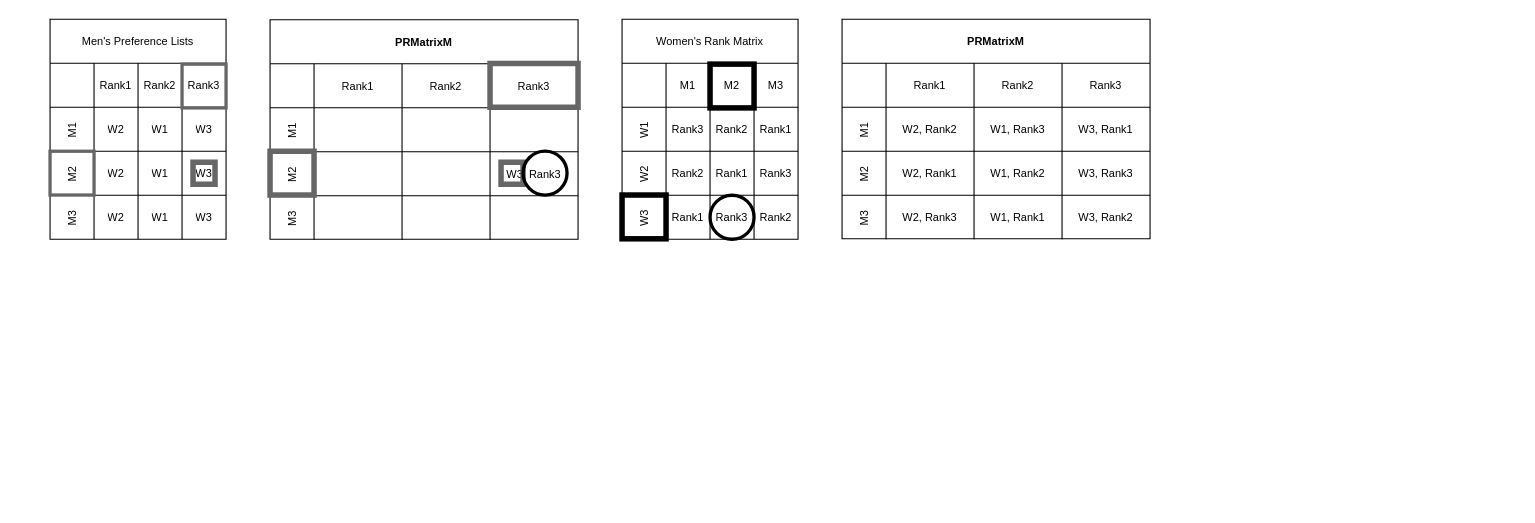
This is PRMatrix.drawio from victorliu-sq/BambooSMP-Figures, a draw.io file, before an edit. Source tidied: cells renumbered, new cells numbered last; positions are measured from the earlier drawing's top-left corner, leaving out a move shared by most shapes. Both pictures are drawn from the tidied source at 110%, with x=0, y=0 at pixel (50, 19).
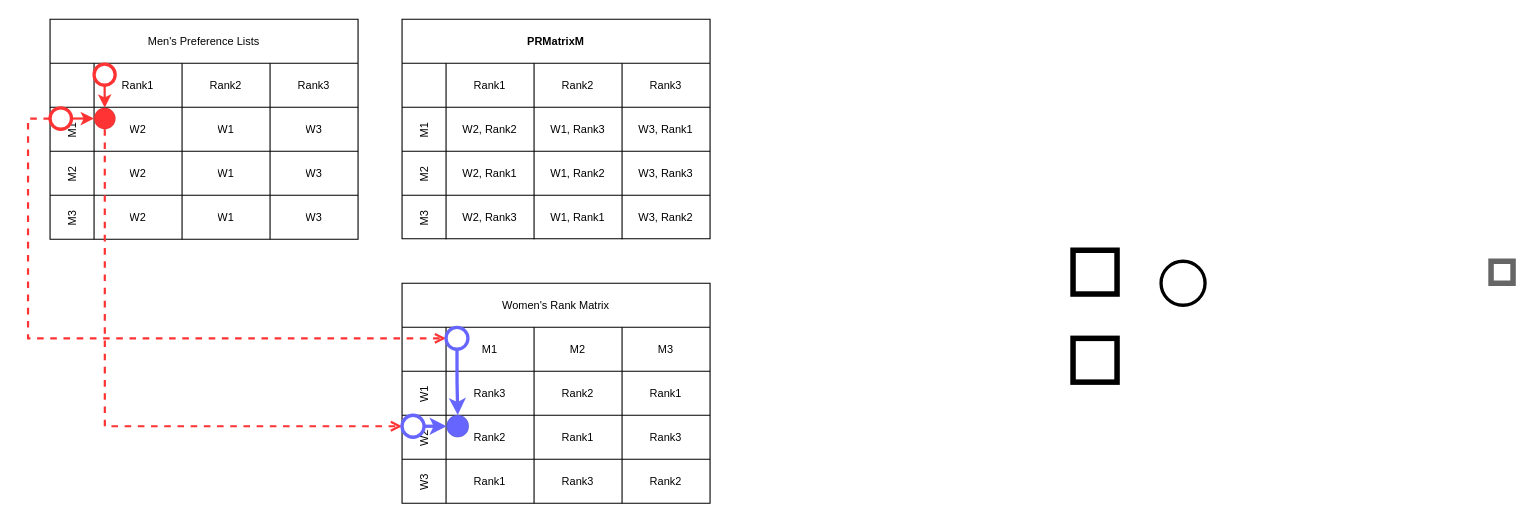
The same page after the edit.

The edit, as a diff of the source:
```diff
@@
     <mxCell id="2" value="Men's Preference Lists" style="shape=table;startSize=40;childLayout=tableLayout;resizeLastRow=0;fontStyle=0;fontSize=10;" parent="1" vertex="1">
-      <mxGeometry width="160" height="200" as="geometry" />
+      <mxGeometry width="280" height="200" as="geometry" />
     </mxCell>
     <mxCell id="3" style="shape=tableRow;horizontal=0;startSize=40;swimlaneHead=0;swimlaneBody=0;strokeColor=inherit;top=0;left=0;bottom=0;right=0;fillColor=none;fontSize=10;" parent="2" vertex="1">
-      <mxGeometry y="40" width="160" height="40" as="geometry" />
+      <mxGeometry y="40" width="280" height="40" as="geometry" />
     </mxCell>
     <mxCell id="4" value="Rank1" style="shape=partialRectangle;html=1;whiteSpace=wrap;strokeColor=inherit;overflow=hidden;fillColor=none;top=0;left=0;bottom=0;right=0;fontSize=10;" parent="3" vertex="1">
-      <mxGeometry x="40" width="40" height="40" as="geometry" />
+      <mxGeometry x="40" width="80" height="40" as="geometry" />
     </mxCell>
     <mxCell id="5" value="Rank2" style="shape=partialRectangle;html=1;whiteSpace=wrap;strokeColor=inherit;overflow=hidden;fillColor=none;top=0;left=0;bottom=0;right=0;fontSize=10;" parent="3" vertex="1">
-      <mxGeometry x="80" width="40" height="40" as="geometry" />
+      <mxGeometry x="120" width="80" height="40" as="geometry" />
     </mxCell>
     <mxCell id="6" value="Rank3" style="shape=partialRectangle;html=1;whiteSpace=wrap;strokeColor=inherit;overflow=hidden;fillColor=none;top=0;left=0;bottom=0;right=0;strokeWidth=1;fontSize=10;" parent="3" vertex="1">
-      <mxGeometry x="120" width="40" height="40" as="geometry" />
+      <mxGeometry x="200" width="80" height="40" as="geometry" />
     </mxCell>
     <mxCell id="7" value="M1" style="shape=tableRow;horizontal=0;startSize=40;swimlaneHead=0;swimlaneBody=0;strokeColor=inherit;top=0;left=0;bottom=0;right=0;fillColor=none;fontSize=10;" parent="2" vertex="1">
-      <mxGeometry y="80" width="160" height="40" as="geometry" />
+      <mxGeometry y="80" width="280" height="40" as="geometry" />
     </mxCell>
     <mxCell id="8" value="W2" style="shape=partialRectangle;html=1;whiteSpace=wrap;overflow=hidden;top=0;left=0;bottom=0;right=0;strokeColor=default;fillColor=none;fontSize=10;" parent="7" vertex="1">
-      <mxGeometry x="40" width="40" height="40" as="geometry" />
+      <mxGeometry x="40" width="80" height="40" as="geometry" />
     </mxCell>
     <mxCell id="9" value="W1" style="shape=partialRectangle;html=1;whiteSpace=wrap;overflow=hidden;top=0;left=0;bottom=0;right=0;fillColor=none;labelBackgroundColor=none;labelBorderColor=none;strokeColor=default;shadow=0;backgroundOutline=0;fontSize=10;" parent="7" vertex="1">
-      <mxGeometry x="80" width="40" height="40" as="geometry" />
+      <mxGeometry x="120" width="80" height="40" as="geometry" />
     </mxCell>
     <mxCell id="10" value="W3" style="shape=partialRectangle;html=1;whiteSpace=wrap;overflow=hidden;top=0;left=0;bottom=0;right=0;fillColor=none;fontSize=10;" parent="7" vertex="1">
-      <mxGeometry x="120" width="40" height="40" as="geometry" />
+      <mxGeometry x="200" width="80" height="40" as="geometry" />
     </mxCell>
     <mxCell id="11" value="M2" style="shape=tableRow;horizontal=0;startSize=40;swimlaneHead=0;swimlaneBody=0;strokeColor=inherit;top=0;left=0;bottom=0;right=0;fillColor=none;fontSize=10;" parent="2" vertex="1">
-      <mxGeometry y="120" width="160" height="40" as="geometry" />
+      <mxGeometry y="120" width="280" height="40" as="geometry" />
     </mxCell>
     <mxCell id="12" value="W2" style="shape=partialRectangle;html=1;whiteSpace=wrap;overflow=hidden;top=0;left=0;bottom=0;right=0;strokeOpacity=100;fillColor=none;fontSize=10;" parent="11" vertex="1">
-      <mxGeometry x="40" width="40" height="40" as="geometry" />
+      <mxGeometry x="40" width="80" height="40" as="geometry" />
     </mxCell>
     <mxCell id="13" value="W1" style="shape=partialRectangle;html=1;whiteSpace=wrap;strokeColor=inherit;overflow=hidden;fillColor=none;top=0;left=0;bottom=0;right=0;fontSize=10;" parent="11" vertex="1">
-      <mxGeometry x="80" width="40" height="40" as="geometry" />
+      <mxGeometry x="120" width="80" height="40" as="geometry" />
     </mxCell>
     <mxCell id="14" value="W3" style="shape=partialRectangle;html=1;whiteSpace=wrap;strokeColor=inherit;overflow=hidden;fillColor=none;top=0;left=0;bottom=0;right=0;fontSize=10;" parent="11" vertex="1">
-      <mxGeometry x="120" width="40" height="40" as="geometry" />
+      <mxGeometry x="200" width="80" height="40" as="geometry" />
     </mxCell>
     <mxCell id="15" value="M3" style="shape=tableRow;horizontal=0;startSize=40;swimlaneHead=0;swimlaneBody=0;strokeColor=inherit;top=0;left=0;bottom=0;right=0;fillColor=none;fontSize=10;" parent="2" vertex="1">
-      <mxGeometry y="160" width="160" height="40" as="geometry" />
+      <mxGeometry y="160" width="280" height="40" as="geometry" />
     </mxCell>
     <mxCell id="16" value="W2" style="shape=partialRectangle;html=1;whiteSpace=wrap;overflow=hidden;top=0;left=0;bottom=0;right=0;fillColor=none;fontSize=10;" parent="15" vertex="1">
-      <mxGeometry x="40" width="40" height="40" as="geometry" />
+      <mxGeometry x="40" width="80" height="40" as="geometry" />
     </mxCell>
     <mxCell id="17" value="W1" style="shape=partialRectangle;html=1;whiteSpace=wrap;overflow=hidden;top=0;left=0;bottom=0;right=0;fillColor=none;fontSize=10;" parent="15" vertex="1">
-      <mxGeometry x="80" width="40" height="40" as="geometry" />
+      <mxGeometry x="120" width="80" height="40" as="geometry" />
     </mxCell>
     <mxCell id="18" value="W3" style="shape=partialRectangle;html=1;whiteSpace=wrap;strokeColor=inherit;overflow=hidden;fillColor=none;top=0;left=0;bottom=0;right=0;fontSize=10;" parent="15" vertex="1">
-      <mxGeometry x="120" width="40" height="40" as="geometry" />
+      <mxGeometry x="200" width="80" height="40" as="geometry" />
     </mxCell>
     <mxCell id="19" value="Women's Rank Matrix" style="shape=table;startSize=40;childLayout=tableLayout;resizeLastRow=0;fontStyle=0;fontSize=10;" parent="1" vertex="1">
-      <mxGeometry x="520" width="160" height="200" as="geometry" />
+      <mxGeometry x="320" y="240" width="280" height="200" as="geometry" />
     </mxCell>
     <mxCell id="20" style="shape=tableRow;horizontal=0;startSize=40;swimlaneHead=0;swimlaneBody=0;strokeColor=inherit;top=0;left=0;bottom=0;right=0;fillColor=none;fontSize=10;" parent="19" vertex="1">
-      <mxGeometry y="40" width="160" height="40" as="geometry" />
+      <mxGeometry y="40" width="280" height="40" as="geometry" />
     </mxCell>
     <mxCell id="21" value="M1" style="shape=partialRectangle;html=1;whiteSpace=wrap;strokeColor=inherit;overflow=hidden;fillColor=none;top=0;left=0;bottom=0;right=0;fontSize=10;" parent="20" vertex="1">
-      <mxGeometry x="40" width="40" height="40" as="geometry" />
+      <mxGeometry x="40" width="80" height="40" as="geometry" />
     </mxCell>
     <mxCell id="22" value="M2" style="shape=partialRectangle;html=1;whiteSpace=wrap;strokeColor=inherit;overflow=hidden;fillColor=none;top=0;left=0;bottom=0;right=0;fontSize=10;" parent="20" vertex="1">
-      <mxGeometry x="80" width="40" height="40" as="geometry" />
+      <mxGeometry x="120" width="80" height="40" as="geometry" />
     </mxCell>
     <mxCell id="23" value="M3" style="shape=partialRectangle;html=1;whiteSpace=wrap;strokeColor=inherit;overflow=hidden;fillColor=none;top=0;left=0;bottom=0;right=0;strokeWidth=1;fontSize=10;" parent="20" vertex="1">
-      <mxGeometry x="120" width="40" height="40" as="geometry" />
+      <mxGeometry x="200" width="80" height="40" as="geometry" />
     </mxCell>
     <mxCell id="24" value="W1" style="shape=tableRow;horizontal=0;startSize=40;swimlaneHead=0;swimlaneBody=0;strokeColor=inherit;top=0;left=0;bottom=0;right=0;fillColor=none;fontSize=10;" parent="19" vertex="1">
-      <mxGeometry y="80" width="160" height="40" as="geometry" />
+      <mxGeometry y="80" width="280" height="40" as="geometry" />
     </mxCell>
     <mxCell id="25" value="Rank3" style="shape=partialRectangle;html=1;whiteSpace=wrap;strokeColor=inherit;overflow=hidden;fillColor=none;top=0;left=0;bottom=0;right=0;fontSize=10;" parent="24" vertex="1">
-      <mxGeometry x="40" width="40" height="40" as="geometry" />
+      <mxGeometry x="40" width="80" height="40" as="geometry" />
     </mxCell>
     <mxCell id="26" value="Rank2" style="shape=partialRectangle;html=1;whiteSpace=wrap;strokeColor=inherit;overflow=hidden;fillColor=none;top=0;left=0;bottom=0;right=0;fontSize=10;" parent="24" vertex="1">
-      <mxGeometry x="80" width="40" height="40" as="geometry" />
+      <mxGeometry x="120" width="80" height="40" as="geometry" />
     </mxCell>
     <mxCell id="27" value="Rank1" style="shape=partialRectangle;html=1;whiteSpace=wrap;strokeColor=inherit;overflow=hidden;fillColor=none;top=0;left=0;bottom=0;right=0;fontSize=10;" parent="24" vertex="1">
-      <mxGeometry x="120" width="40" height="40" as="geometry" />
+      <mxGeometry x="200" width="80" height="40" as="geometry" />
     </mxCell>
     <mxCell id="28" value="W2" style="shape=tableRow;horizontal=0;startSize=40;swimlaneHead=0;swimlaneBody=0;strokeColor=inherit;top=0;left=0;bottom=0;right=0;fillColor=none;fontSize=10;" parent="19" vertex="1">
-      <mxGeometry y="120" width="160" height="40" as="geometry" />
+      <mxGeometry y="120" width="280" height="40" as="geometry" />
     </mxCell>
     <mxCell id="29" value="Rank2" style="shape=partialRectangle;html=1;whiteSpace=wrap;strokeColor=inherit;overflow=hidden;fillColor=none;top=0;left=0;bottom=0;right=0;fontSize=10;" parent="28" vertex="1">
-      <mxGeometry x="40" width="40" height="40" as="geometry" />
+      <mxGeometry x="40" width="80" height="40" as="geometry" />
     </mxCell>
     <mxCell id="30" value="Rank1" style="shape=partialRectangle;html=1;whiteSpace=wrap;strokeColor=inherit;overflow=hidden;fillColor=none;top=0;left=0;bottom=0;right=0;fontSize=10;" parent="28" vertex="1">
-      <mxGeometry x="80" width="40" height="40" as="geometry" />
+      <mxGeometry x="120" width="80" height="40" as="geometry" />
     </mxCell>
     <mxCell id="31" value="Rank3" style="shape=partialRectangle;html=1;whiteSpace=wrap;strokeColor=inherit;overflow=hidden;fillColor=none;top=0;left=0;bottom=0;right=0;fontSize=10;" parent="28" vertex="1">
-      <mxGeometry x="120" width="40" height="40" as="geometry" />
+      <mxGeometry x="200" width="80" height="40" as="geometry" />
     </mxCell>
     <mxCell id="32" value="W3" style="shape=tableRow;horizontal=0;startSize=40;swimlaneHead=0;swimlaneBody=0;strokeColor=inherit;top=0;left=0;bottom=0;right=0;fillColor=none;fontSize=10;" parent="19" vertex="1">
-      <mxGeometry y="160" width="160" height="40" as="geometry" />
+      <mxGeometry y="160" width="280" height="40" as="geometry" />
     </mxCell>
     <mxCell id="33" value="Rank1" style="shape=partialRectangle;html=1;whiteSpace=wrap;strokeColor=inherit;overflow=hidden;fillColor=none;top=0;left=0;bottom=0;right=0;fontSize=10;" parent="32" vertex="1">
-      <mxGeometry x="40" width="40" height="40" as="geometry" />
+      <mxGeometry x="40" width="80" height="40" as="geometry" />
     </mxCell>
     <mxCell id="34" value="Rank3" style="shape=partialRectangle;html=1;whiteSpace=wrap;strokeColor=inherit;overflow=hidden;fillColor=none;top=0;left=0;bottom=0;right=0;fontSize=10;" parent="32" vertex="1">
-      <mxGeometry x="80" width="40" height="40" as="geometry" />
+      <mxGeometry x="120" width="80" height="40" as="geometry" />
     </mxCell>
     <mxCell id="35" value="Rank2" style="shape=partialRectangle;html=1;whiteSpace=wrap;strokeColor=inherit;overflow=hidden;fillColor=none;top=0;left=0;bottom=0;right=0;fontSize=10;" parent="32" vertex="1">
-      <mxGeometry x="120" width="40" height="40" as="geometry" />
+      <mxGeometry x="200" width="80" height="40" as="geometry" />
     </mxCell>
-    <mxCell id="36" value="PRMatrixM" style="shape=table;startSize=40;childLayout=tableLayout;resizeLastRow=0;fontStyle=1;fontSize=10;" parent="1" vertex="1">
-      <mxGeometry x="200" y="0.5" width="280" height="199.5" as="geometry" />
-    </mxCell>
-    <mxCell id="37" style="shape=tableRow;horizontal=0;startSize=40;swimlaneHead=0;swimlaneBody=0;strokeColor=inherit;top=0;left=0;bottom=0;right=0;fillColor=none;fontSize=10;" parent="36" vertex="1">
-      <mxGeometry y="40" width="280" height="40" as="geometry" />
-    </mxCell>
-    <mxCell id="38" value="Rank1" style="shape=partialRectangle;html=1;whiteSpace=wrap;strokeColor=inherit;overflow=hidden;fillColor=none;top=0;left=0;bottom=0;right=0;fontSize=10;" parent="37" vertex="1">
-      <mxGeometry x="40" width="80" height="40" as="geometry" />
-    </mxCell>
-    <mxCell id="39" value="Rank2" style="shape=partialRectangle;html=1;whiteSpace=wrap;strokeColor=inherit;overflow=hidden;fillColor=none;top=0;left=0;bottom=0;right=0;fontSize=10;" parent="37" vertex="1">
-      <mxGeometry x="120" width="80" height="40" as="geometry" />
-    </mxCell>
-    <mxCell id="40" value="Rank3" style="shape=partialRectangle;html=1;whiteSpace=wrap;strokeColor=inherit;overflow=hidden;fillColor=none;top=0;left=0;bottom=0;right=0;strokeWidth=1;fontSize=10;" parent="37" vertex="1">
-      <mxGeometry x="200" width="80" height="40" as="geometry" />
-    </mxCell>
-    <mxCell id="41" value="M1" style="shape=tableRow;horizontal=0;startSize=40;swimlaneHead=0;swimlaneBody=0;strokeColor=inherit;top=0;left=0;bottom=0;right=0;fillColor=none;fontSize=10;" parent="36" vertex="1">
-      <mxGeometry y="80" width="280" height="40" as="geometry" />
-    </mxCell>
-    <mxCell id="42" style="shape=partialRectangle;html=1;whiteSpace=wrap;overflow=hidden;top=0;left=0;bottom=0;right=0;strokeColor=default;fillColor=none;fontSize=10;" parent="41" vertex="1">
-      <mxGeometry x="40" width="80" height="40" as="geometry" />
-    </mxCell>
-    <mxCell id="43" style="shape=partialRectangle;html=1;whiteSpace=wrap;overflow=hidden;top=0;left=0;bottom=0;right=0;fillColor=none;labelBackgroundColor=none;labelBorderColor=none;strokeColor=default;shadow=0;backgroundOutline=0;fontSize=10;" parent="41" vertex="1">
-      <mxGeometry x="120" width="80" height="40" as="geometry" />
-    </mxCell>
-    <mxCell id="44" style="shape=partialRectangle;html=1;whiteSpace=wrap;overflow=hidden;top=0;left=0;bottom=0;right=0;fillColor=none;fontSize=10;" parent="41" vertex="1">
-      <mxGeometry x="200" width="80" height="40" as="geometry" />
-    </mxCell>
-    <mxCell id="45" value="M2" style="shape=tableRow;horizontal=0;startSize=40;swimlaneHead=0;swimlaneBody=0;strokeColor=inherit;top=0;left=0;bottom=0;right=0;fillColor=none;fontSize=10;" parent="36" vertex="1">
-      <mxGeometry y="120" width="280" height="40" as="geometry" />
-    </mxCell>
-    <mxCell id="46" style="shape=partialRectangle;html=1;whiteSpace=wrap;overflow=hidden;top=0;left=0;bottom=0;right=0;strokeOpacity=100;fillColor=none;fontSize=10;" parent="45" vertex="1">
-      <mxGeometry x="40" width="80" height="40" as="geometry" />
-    </mxCell>
-    <mxCell id="47" style="shape=partialRectangle;html=1;whiteSpace=wrap;strokeColor=inherit;overflow=hidden;fillColor=none;top=0;left=0;bottom=0;right=0;fontSize=10;" parent="45" vertex="1">
-      <mxGeometry x="120" width="80" height="40" as="geometry" />
-    </mxCell>
-    <mxCell id="48" value="W3, Rank3" style="shape=partialRectangle;html=1;whiteSpace=wrap;strokeColor=inherit;overflow=hidden;fillColor=none;top=0;left=0;bottom=0;right=0;fontSize=10;" parent="45" vertex="1">
-      <mxGeometry x="200" width="80" height="40" as="geometry" />
-    </mxCell>
-    <mxCell id="49" value="M3" style="shape=tableRow;horizontal=0;startSize=40;swimlaneHead=0;swimlaneBody=0;strokeColor=inherit;top=0;left=0;bottom=0;right=0;fillColor=none;fontSize=10;" parent="36" vertex="1">
-      <mxGeometry y="160" width="280" height="40" as="geometry" />
-    </mxCell>
-    <mxCell id="50" style="shape=partialRectangle;html=1;whiteSpace=wrap;overflow=hidden;top=0;left=0;bottom=0;right=0;fillColor=none;fontSize=10;" parent="49" vertex="1">
-      <mxGeometry x="40" width="80" height="40" as="geometry" />
-    </mxCell>
-    <mxCell id="51" style="shape=partialRectangle;html=1;whiteSpace=wrap;overflow=hidden;top=0;left=0;bottom=0;right=0;fillColor=none;fontSize=10;" parent="49" vertex="1">
-      <mxGeometry x="120" width="80" height="40" as="geometry" />
-    </mxCell>
-    <mxCell id="52" style="shape=partialRectangle;html=1;whiteSpace=wrap;strokeColor=inherit;overflow=hidden;fillColor=none;top=0;left=0;bottom=0;right=0;fontSize=10;" parent="49" vertex="1">
-      <mxGeometry x="200" width="80" height="40" as="geometry" />
-    </mxCell>
     <mxCell id="53" style="whiteSpace=wrap;html=1;fillColor=none;strokeWidth=5;strokeColor=#666666;" parent="1" vertex="1">
-      <mxGeometry x="130" y="130" width="20" height="20" as="geometry" />
+      <mxGeometry x="1310" y="220" width="20" height="20" as="geometry" />
     </mxCell>
     <mxCell id="54" style="ellipse;whiteSpace=wrap;html=1;fillColor=none;strokeWidth=3;" parent="1" vertex="1">
-      <mxGeometry x="600" y="160" width="40" height="40" as="geometry" />
+      <mxGeometry x="1010" y="220" width="40" height="40" as="geometry" />
     </mxCell>
-    <mxCell id="55" style="whiteSpace=wrap;html=1;fillColor=none;strokeWidth=5;strokeColor=#666666;" parent="1" vertex="1">
-      <mxGeometry x="410" y="130" width="20" height="20" as="geometry" />
-    </mxCell>
-    <mxCell id="56" style="whiteSpace=wrap;html=1;fillColor=none;strokeWidth=3;strokeColor=#666666;" parent="1" vertex="1">
-      <mxGeometry y="120" width="40" height="39.8" as="geometry" />
-    </mxCell>
-    <mxCell id="57" style="whiteSpace=wrap;html=1;fillColor=none;strokeWidth=3;strokeColor=#666666;" parent="1" vertex="1">
-      <mxGeometry x="120" y="40.8" width="40" height="39.8" as="geometry" />
-    </mxCell>
-    <mxCell id="58" style="whiteSpace=wrap;html=1;fillColor=none;strokeWidth=5;strokeColor=#666666;" parent="1" vertex="1">
-      <mxGeometry x="200" y="120" width="40" height="39.8" as="geometry" />
-    </mxCell>
-    <mxCell id="59" style="whiteSpace=wrap;html=1;fillColor=none;strokeWidth=5;strokeColor=#666666;" parent="1" vertex="1">
-      <mxGeometry x="400" y="40.2" width="80" height="39.8" as="geometry" />
-    </mxCell>
-    <mxCell id="60" style="ellipse;whiteSpace=wrap;html=1;fillColor=none;strokeWidth=3;" parent="1" vertex="1">
-      <mxGeometry x="430" y="119.8" width="40" height="40" as="geometry" />
-    </mxCell>
     <mxCell id="61" style="whiteSpace=wrap;html=1;fillColor=none;strokeWidth=5;strokeColor=#000000;" parent="1" vertex="1">
-      <mxGeometry x="600" y="40.8" width="40" height="39.8" as="geometry" />
+      <mxGeometry x="930" y="210" width="40" height="39.8" as="geometry" />
     </mxCell>
     <mxCell id="62" style="whiteSpace=wrap;html=1;fillColor=none;strokeWidth=5;strokeColor=#000000;" parent="1" vertex="1">
-      <mxGeometry x="520" y="159.8" width="40" height="39.8" as="geometry" />
+      <mxGeometry x="930" y="290.1" width="40" height="39.8" as="geometry" />
     </mxCell>
     <mxCell id="63" value="PRMatrixM" style="shape=table;startSize=40;childLayout=tableLayout;resizeLastRow=0;fontStyle=1;fontSize=10;" parent="1" vertex="1">
-      <mxGeometry x="720" width="280" height="199.5" as="geometry" />
+      <mxGeometry x="320" width="280" height="199.5" as="geometry" />
     </mxCell>
@@
+    <mxCell id="80" style="edgeStyle=orthogonalEdgeStyle;rounded=0;jettySize=auto;html=1;exitX=0.5;exitY=1;exitDx=0;exitDy=0;entryX=0.5;entryY=0;entryDx=0;entryDy=0;strokeColor=#FF3333;strokeWidth=2;" parent="1" edge="1" source="81" target="83">
+      <mxGeometry relative="1" as="geometry" />
+    </mxCell>
+    <mxCell id="81" style="ellipse;whiteSpace=wrap;html=1;gradientColor=none;strokeWidth=3;fillColor=#FFFFFF;strokeColor=#FF3333;" parent="1" vertex="1">
+      <mxGeometry x="40" y="40.8" width="19.2" height="19.2" as="geometry" />
+    </mxCell>
+    <mxCell id="82" style="edgeStyle=orthogonalEdgeStyle;rounded=0;jettySize=auto;html=1;exitX=0.5;exitY=1;exitDx=0;exitDy=0;entryX=0;entryY=0.5;entryDx=0;entryDy=0;dashed=1;endArrow=open;endFill=0;strokeColor=#FF3333;strokeWidth=2;" parent="1" edge="1" source="83" target="90">
+      <mxGeometry relative="1" as="geometry" />
+    </mxCell>
+    <mxCell id="83" style="ellipse;whiteSpace=wrap;html=1;gradientColor=none;strokeWidth=0;fillColor=#FF3333;" parent="1" vertex="1">
+      <mxGeometry x="40" y="80.5" width="19.5" height="19.5" as="geometry" />
+    </mxCell>
+    <mxCell id="84" style="edgeStyle=orthogonalEdgeStyle;rounded=0;jettySize=auto;html=1;exitX=1;exitY=0.5;exitDx=0;exitDy=0;entryX=0;entryY=0.5;entryDx=0;entryDy=0;strokeColor=#FF3333;strokeWidth=2;" parent="1" edge="1" source="86" target="83">
+      <mxGeometry relative="1" as="geometry" />
+    </mxCell>
+    <mxCell id="85" style="edgeStyle=orthogonalEdgeStyle;rounded=0;jettySize=auto;html=1;exitX=0;exitY=0.5;exitDx=0;exitDy=0;entryX=0;entryY=0.5;entryDx=0;entryDy=0;dashed=1;endArrow=open;endFill=0;strokeColor=#FF3333;strokeWidth=2;" parent="1" edge="1" source="86" target="88">
+      <mxGeometry relative="1" as="geometry" />
+    </mxCell>
+    <mxCell id="86" style="ellipse;whiteSpace=wrap;html=1;gradientColor=none;strokeWidth=3;fillColor=#FFFFFF;strokeColor=#FF3333;" parent="1" vertex="1">
+      <mxGeometry y="80.5" width="19.5" height="19.5" as="geometry" />
+    </mxCell>
+    <mxCell id="87" style="edgeStyle=orthogonalEdgeStyle;rounded=0;jettySize=auto;html=1;exitX=0.5;exitY=1;exitDx=0;exitDy=0;entryX=0.5;entryY=0;entryDx=0;entryDy=0;strokeColor=#6666FF;strokeWidth=3;" parent="1" edge="1" source="88" target="91">
+      <mxGeometry relative="1" as="geometry" />
+    </mxCell>
+    <mxCell id="88" style="ellipse;whiteSpace=wrap;html=1;gradientColor=none;strokeWidth=3;fillColor=#FFFFFF;strokeColor=#6666FF;" parent="1" vertex="1">
+      <mxGeometry x="360" y="280.1" width="19.9" height="19.9" as="geometry" />
+    </mxCell>
+    <mxCell id="89" style="edgeStyle=orthogonalEdgeStyle;rounded=0;jettySize=auto;html=1;exitX=1;exitY=0.5;exitDx=0;exitDy=0;entryX=0;entryY=0.5;entryDx=0;entryDy=0;strokeColor=#6666FF;strokeWidth=3;" parent="1" edge="1" source="90" target="91">
+      <mxGeometry relative="1" as="geometry" />
+    </mxCell>
+    <mxCell id="90" style="ellipse;whiteSpace=wrap;html=1;strokeWidth=3;strokeColor=#6666FF;" parent="1" vertex="1">
+      <mxGeometry x="320" y="360" width="20" height="20" as="geometry" />
+    </mxCell>
+    <mxCell id="91" style="ellipse;whiteSpace=wrap;html=1;gradientColor=none;strokeWidth=0;fillColor=#6666FF;" parent="1" vertex="1">
+      <mxGeometry x="360.5" y="359.8" width="20.2" height="20.2" as="geometry" />
+    </mxCell>
```
